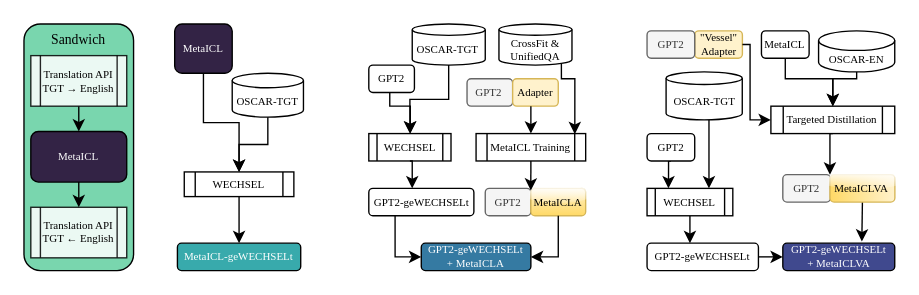
The draw.io diagram reports/figures/claficle.drawio in thesofakillers/CLAfICLe, before the edit. Source tidied: cells renumbered, new cells numbered last; positions are measured from the earlier drawing's top-left corner, leaving out a move shared by most shapes. Both pictures are drawn from the tidied source at 137%, with x=0, y=0 at pixel (23, 23).
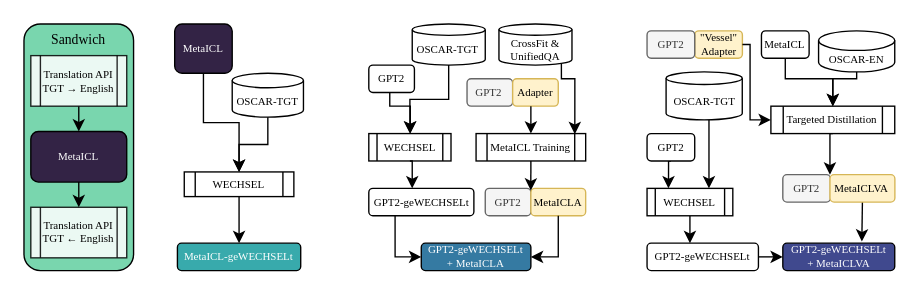
The same diagram, later.

Unchanged cells that the change refers to:
```xml
<mxCell id="31" style="group;fontSize=8;fontFamily=Times New Roman;" parent="17" vertex="1">
  <mxGeometry x="85" y="110" width="73.3" height="40" as="geometry" />
</mxCell>
<mxCell id="39" style="group;" parent="1" vertex="1">
  <mxGeometry x="454.8" y="5" width="180.9" height="175" as="geometry" />
</mxCell>
```

What changed in the source:
```diff
@@
-    <mxCell id="33" value="&lt;font style=&quot;font-size: 8px;&quot;&gt;MetaICLA&lt;/font&gt;" style="rounded=1;whiteSpace=wrap;html=1;fontSize=8;fontFamily=Times New Roman;fillColor=#fff2cc;strokeColor=#d6b656;glass=1;gradientColor=#ffd966;" parent="31" vertex="1">
+    <mxCell id="33" value="&lt;font style=&quot;font-size: 8px;&quot;&gt;MetaICLA&lt;/font&gt;" style="rounded=1;whiteSpace=wrap;html=1;fontSize=8;fontFamily=Times New Roman;fillColor=#fff2cc;strokeColor=#d6b656;glass=0;" parent="31" vertex="1">
       <mxGeometry x="33.3" y="10" width="40" height="20" as="geometry" />
     </mxCell>
@@
-    <mxCell id="59" value="&lt;font style=&quot;font-size: 8px;&quot;&gt;MetaICLVA&lt;/font&gt;" style="rounded=1;whiteSpace=wrap;html=1;fontSize=8;fontFamily=Times New Roman;fillColor=#fff2cc;strokeColor=#d6b656;fillStyle=hatch;gradientColor=#ffd966;gradientDirection=west;glass=1;" parent="39" vertex="1">
+    <mxCell id="59" value="&lt;font style=&quot;font-size: 8px;&quot;&gt;MetaICLVA&lt;/font&gt;" style="rounded=1;whiteSpace=wrap;html=1;fontSize=8;fontFamily=Times New Roman;fillColor=#fff2cc;strokeColor=#d6b656;fillStyle=auto;gradientDirection=west;glass=0;" parent="39" vertex="1">
       <mxGeometry x="133.5" y="105" width="47.4" height="20" as="geometry" />
     </mxCell>
```
